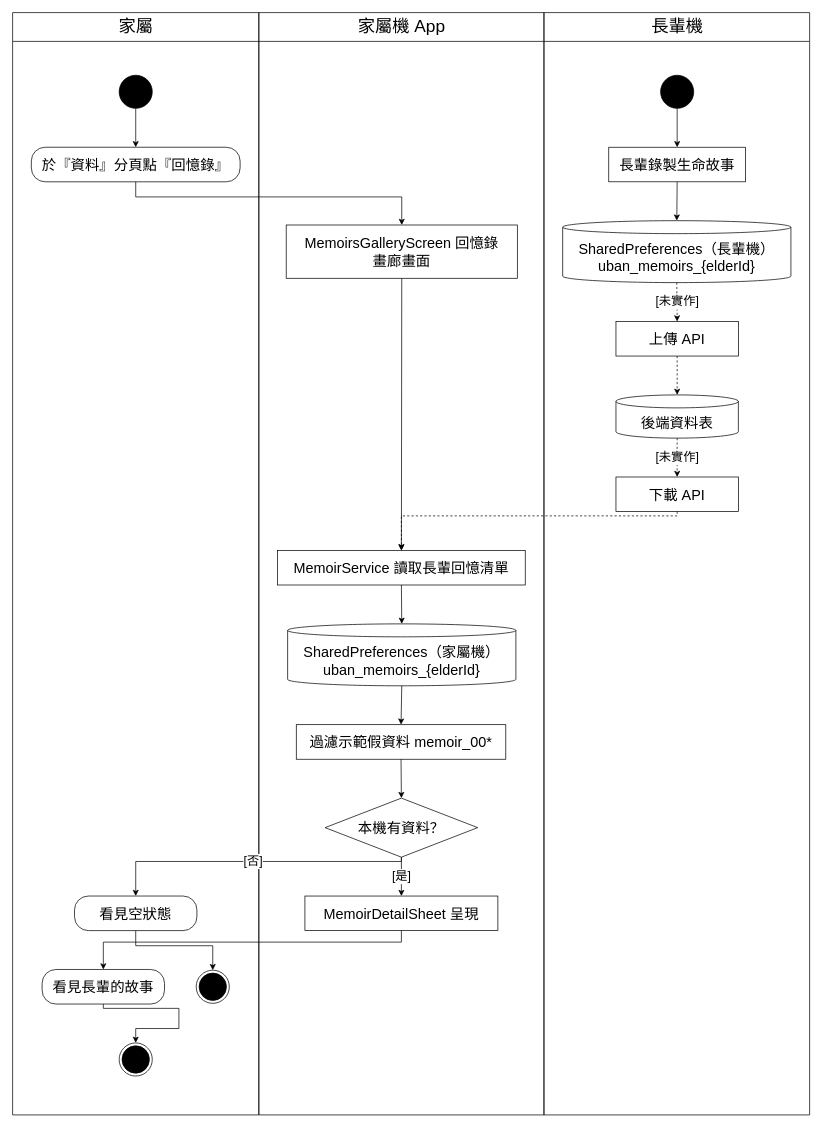
The draw.io diagram Uban System Documents/drawio圖/A20-生命回顧（家屬）.drawio in HuangYu-Kai/Uban, before the edit. Source tidied: cells renumbered, new cells numbered last; positions are measured from the earlier drawing's top-left corner, leaving out a move shared by most shapes. Both pictures are drawn from the tidied source at 72%, with x=0, y=0 at pixel (12, 12).
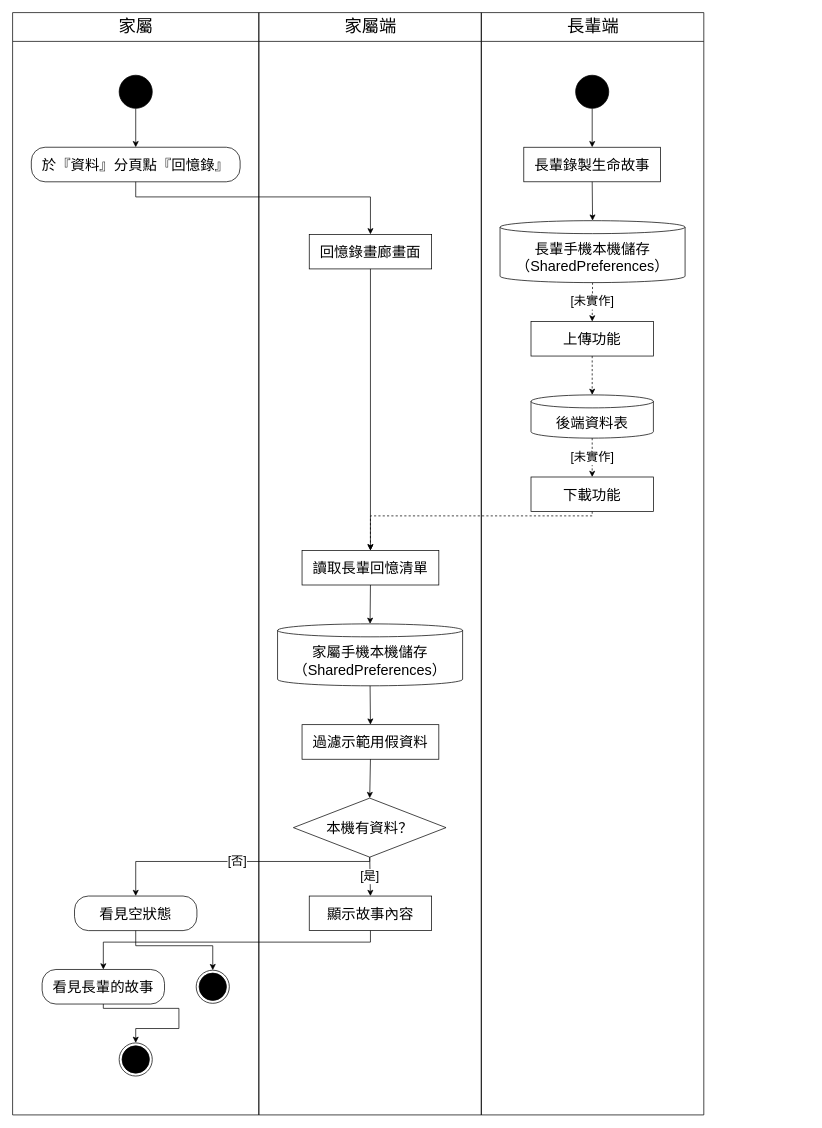
The same page after the edit.

Unchanged cells that the change refers to:
```xml
<mxCell id="6" value="於『資料』分頁點『回憶錄』" style="rounded=1;arcSize=40;whiteSpace=wrap;html=1;fillColor=#FFFFFF;strokeColor=#000000;fontSize=20;fontColor=#000000;" parent="2" vertex="1">
  <mxGeometry x="26" y="187" width="290" height="48" as="geometry" />
</mxCell>
<mxCell id="7" value="看見長輩的故事" style="rounded=1;arcSize=40;whiteSpace=wrap;html=1;fillColor=#FFFFFF;strokeColor=#000000;fontSize=20;fontColor=#000000;" parent="2" vertex="1">
  <mxGeometry x="41" y="1329" width="170" height="48" as="geometry" />
</mxCell>
<mxCell id="9" value="看見空狀態" style="rounded=1;arcSize=40;whiteSpace=wrap;html=1;fillColor=#FFFFFF;strokeColor=#000000;fontSize=20;fontColor=#000000;" parent="2" vertex="1">
  <mxGeometry x="86" y="1227" width="170" height="48" as="geometry" />
</mxCell>
```

What changed in the source:
```diff
@@
-    <mxCell id="3" value="家屬機 App" style="swimlane;html=1;horizontal=1;startSize=40;fillColor=none;strokeColor=#000000;fontSize=24;fontColor=#000000;fontStyle=0;swimlaneFillColor=none;" parent="1" vertex="1">
-      <mxGeometry x="342" width="396" height="1531" as="geometry" />
+    <mxCell id="3" value="家屬端" style="swimlane;html=1;horizontal=1;startSize=40;fillColor=none;strokeColor=#000000;fontSize=24;fontColor=#000000;fontStyle=0;swimlaneFillColor=none;" parent="1" vertex="1">
+      <mxGeometry x="342" width="309" height="1531" as="geometry" />
     </mxCell>
-    <mxCell id="4" value="長輩機" style="swimlane;html=1;horizontal=1;startSize=40;fillColor=none;strokeColor=#000000;fontSize=24;fontColor=#000000;fontStyle=0;swimlaneFillColor=none;" parent="1" vertex="1">
-      <mxGeometry x="738" width="369" height="1531" as="geometry" />
+    <mxCell id="4" value="長輩端" style="swimlane;html=1;horizontal=1;startSize=40;fillColor=none;strokeColor=#000000;fontSize=24;fontColor=#000000;fontStyle=0;swimlaneFillColor=none;" parent="1" vertex="1">
+      <mxGeometry x="651" width="309" height="1531" as="geometry" />
     </mxCell>
@@
-    <mxCell id="11" value="MemoirsGalleryScreen 回憶錄&lt;br&gt;畫廊畫面" style="rounded=0;whiteSpace=wrap;html=1;fillColor=#FFFFFF;strokeColor=#000000;fontSize=20;fontColor=#000000;" parent="3" vertex="1">
-      <mxGeometry x="38" y="295" width="321" height="74" as="geometry" />
+    <mxCell id="11" value="回憶錄畫廊畫面" style="rounded=0;whiteSpace=wrap;html=1;fillColor=#FFFFFF;strokeColor=#000000;fontSize=20;fontColor=#000000;" parent="3" vertex="1">
+      <mxGeometry x="70" y="308" width="170" height="48" as="geometry" />
     </mxCell>
-    <mxCell id="12" value="MemoirService 讀取長輩回憶清單" style="rounded=0;whiteSpace=wrap;html=1;fillColor=#FFFFFF;strokeColor=#000000;fontSize=20;fontColor=#000000;" parent="3" vertex="1">
-      <mxGeometry x="26" y="747" width="344" height="48" as="geometry" />
+    <mxCell id="12" value="讀取長輩回憶清單" style="rounded=0;whiteSpace=wrap;html=1;fillColor=#FFFFFF;strokeColor=#000000;fontSize=20;fontColor=#000000;" parent="3" vertex="1">
+      <mxGeometry x="60" y="747" width="190" height="48" as="geometry" />
     </mxCell>
-    <mxCell id="13" value="SharedPreferences（家屬機）&lt;br&gt;uban_memoirs_{elderId}" style="shape=cylinder3;boundedLbl=1;backgroundOutline=1;size=9;whiteSpace=wrap;html=1;fillColor=#FFFFFF;strokeColor=#000000;fontSize=20;fontColor=#000000;" parent="3" vertex="1">
-      <mxGeometry x="40" y="849" width="317" height="86" as="geometry" />
+    <mxCell id="13" value="家屬手機本機儲存&lt;br&gt;（SharedPreferences）" style="shape=cylinder3;boundedLbl=1;backgroundOutline=1;size=9;whiteSpace=wrap;html=1;fillColor=#FFFFFF;strokeColor=#000000;fontSize=20;fontColor=#000000;" parent="3" vertex="1">
+      <mxGeometry x="26" y="849" width="257" height="86" as="geometry" />
     </mxCell>
-    <mxCell id="14" value="過濾示範假資料 memoir_00*" style="rounded=0;whiteSpace=wrap;html=1;fillColor=#FFFFFF;strokeColor=#000000;fontSize=20;fontColor=#000000;" parent="3" vertex="1">
-      <mxGeometry x="52" y="989" width="291" height="48" as="geometry" />
+    <mxCell id="14" value="過濾示範用假資料" style="rounded=0;whiteSpace=wrap;html=1;fillColor=#FFFFFF;strokeColor=#000000;fontSize=20;fontColor=#000000;" parent="3" vertex="1">
+      <mxGeometry x="60" y="989" width="190" height="48" as="geometry" />
     </mxCell>
     <mxCell id="15" value="本機有資料？" style="rhombus;whiteSpace=wrap;html=1;fillColor=#FFFFFF;strokeColor=#000000;fontSize=20;fontColor=#000000;" parent="3" vertex="1">
-      <mxGeometry x="92" y="1091" width="212" height="82" as="geometry" />
+      <mxGeometry x="48" y="1091" width="212" height="82" as="geometry" />
     </mxCell>
-    <mxCell id="16" value="MemoirDetailSheet 呈現" style="rounded=0;whiteSpace=wrap;html=1;fillColor=#FFFFFF;strokeColor=#000000;fontSize=20;fontColor=#000000;" parent="3" vertex="1">
-      <mxGeometry x="64" y="1227" width="268" height="48" as="geometry" />
+    <mxCell id="16" value="顯示故事內容" style="rounded=0;whiteSpace=wrap;html=1;fillColor=#FFFFFF;strokeColor=#000000;fontSize=20;fontColor=#000000;" parent="3" vertex="1">
+      <mxGeometry x="70" y="1227" width="170" height="48" as="geometry" />
     </mxCell>
     <mxCell id="17" style="ellipse;html=1;fillColor=#000000;strokeColor=#000000;" parent="4" vertex="1">
-      <mxGeometry x="162" y="87" width="46" height="46" as="geometry" />
+      <mxGeometry x="131" y="87" width="46" height="46" as="geometry" />
     </mxCell>
     <mxCell id="18" value="長輩錄製生命故事" style="rounded=0;whiteSpace=wrap;html=1;fillColor=#FFFFFF;strokeColor=#000000;fontSize=20;fontColor=#000000;" parent="4" vertex="1">
-      <mxGeometry x="90" y="187" width="190" height="48" as="geometry" />
+      <mxGeometry x="59" y="187" width="190" height="48" as="geometry" />
     </mxCell>
-    <mxCell id="19" value="SharedPreferences（長輩機）&lt;br&gt;uban_memoirs_{elderId}" style="shape=cylinder3;boundedLbl=1;backgroundOutline=1;size=9;whiteSpace=wrap;html=1;fillColor=#FFFFFF;strokeColor=#000000;fontSize=20;fontColor=#000000;" parent="4" vertex="1">
-      <mxGeometry x="26" y="289" width="317" height="86" as="geometry" />
+    <mxCell id="19" value="長輩手機本機儲存&lt;br&gt;（SharedPreferences）" style="shape=cylinder3;boundedLbl=1;backgroundOutline=1;size=9;whiteSpace=wrap;html=1;fillColor=#FFFFFF;strokeColor=#000000;fontSize=20;fontColor=#000000;" parent="4" vertex="1">
+      <mxGeometry x="26" y="289" width="257" height="86" as="geometry" />
     </mxCell>
-    <mxCell id="20" value="上傳 API" style="rounded=0;whiteSpace=wrap;html=1;fillColor=#FFFFFF;strokeColor=#000000;fontSize=20;fontColor=#000000;" parent="4" vertex="1">
-      <mxGeometry x="100" y="429" width="170" height="48" as="geometry" />
+    <mxCell id="20" value="上傳功能" style="rounded=0;whiteSpace=wrap;html=1;fillColor=#FFFFFF;strokeColor=#000000;fontSize=20;fontColor=#000000;" parent="4" vertex="1">
+      <mxGeometry x="69" y="429" width="170" height="48" as="geometry" />
     </mxCell>
     <mxCell id="21" value="後端資料表" style="shape=cylinder3;boundedLbl=1;backgroundOutline=1;size=9;whiteSpace=wrap;html=1;fillColor=#FFFFFF;strokeColor=#000000;fontSize=20;fontColor=#000000;" parent="4" vertex="1">
-      <mxGeometry x="100" y="531" width="170" height="60" as="geometry" />
+      <mxGeometry x="69" y="531" width="170" height="60" as="geometry" />
     </mxCell>
-    <mxCell id="22" value="下載 API" style="rounded=0;whiteSpace=wrap;html=1;fillColor=#FFFFFF;strokeColor=#000000;fontSize=20;fontColor=#000000;" parent="4" vertex="1">
-      <mxGeometry x="100" y="645" width="170" height="48" as="geometry" />
+    <mxCell id="22" value="下載功能" style="rounded=0;whiteSpace=wrap;html=1;fillColor=#FFFFFF;strokeColor=#000000;fontSize=20;fontColor=#000000;" parent="4" vertex="1">
+      <mxGeometry x="69" y="645" width="170" height="48" as="geometry" />
     </mxCell>
@@
     <mxCell id="29" style="edgeStyle=none;rounded=0;html=1;strokeColor=#000000;fontSize=17;fontColor=#000000;labelBackgroundColor=#FFFFFF;endArrow=classic;endFill=1;exitPerimeter=0;entryPerimeter=0;dashed=1;exitX=0.5;exitY=1;exitDx=0;exitDy=0;entryX=0.5;entryY=0;entryDx=0;entryDy=0;" parent="1" edge="1" source="22" target="12">
       <mxGeometry relative="1" as="geometry">
         <Array as="points">
-          <mxPoint x="923" y="699" />
-          <mxPoint x="540" y="699" />
+          <mxPoint x="805" y="699" />
+          <mxPoint x="497" y="699" />
         </Array>
       </mxGeometry>
     </mxCell>
     <mxCell id="30" style="edgeStyle=none;rounded=0;html=1;strokeColor=#000000;fontSize=17;fontColor=#000000;labelBackgroundColor=#FFFFFF;endArrow=classic;endFill=1;exitPerimeter=0;entryPerimeter=0;exitX=0.5;exitY=1;exitDx=0;exitDy=0;entryX=0.5;entryY=0;entryDx=0;entryDy=0;" parent="1" edge="1" source="6" target="11">
       <mxGeometry relative="1" as="geometry">
         <Array as="points">
           <mxPoint x="171" y="256" />
-          <mxPoint x="540.5" y="256" />
+          <mxPoint x="497" y="256" />
         </Array>
       </mxGeometry>
     </mxCell>
@@
     <mxCell id="36" style="edgeStyle=none;rounded=0;html=1;strokeColor=#000000;fontSize=17;fontColor=#000000;labelBackgroundColor=#FFFFFF;endArrow=classic;endFill=1;exitPerimeter=0;entryPerimeter=0;exitX=0.5;exitY=1;exitDx=0;exitDy=0;entryX=0.5;entryY=0;entryDx=0;entryDy=0;" parent="1" edge="1" source="16" target="7">
       <mxGeometry relative="1" as="geometry">
         <Array as="points">
-          <mxPoint x="540" y="1291" />
+          <mxPoint x="497" y="1291" />
           <mxPoint x="126" y="1291" />
         </Array>
       </mxGeometry>
     </mxCell>
     <mxCell id="37" value="[否]" style="edgeStyle=none;rounded=0;html=1;strokeColor=#000000;fontSize=17;fontColor=#000000;labelBackgroundColor=#FFFFFF;endArrow=classic;endFill=1;exitPerimeter=0;entryPerimeter=0;exitX=0.5;exitY=1;exitDx=0;exitDy=0;entryX=0.5;entryY=0;entryDx=0;entryDy=0;" parent="1" edge="1" source="15" target="9">
       <mxGeometry relative="1" as="geometry">
         <Array as="points">
-          <mxPoint x="540" y="1179" />
+          <mxPoint x="496" y="1179" />
           <mxPoint x="171" y="1179" />
         </Array>
       </mxGeometry>
     </mxCell>
```
